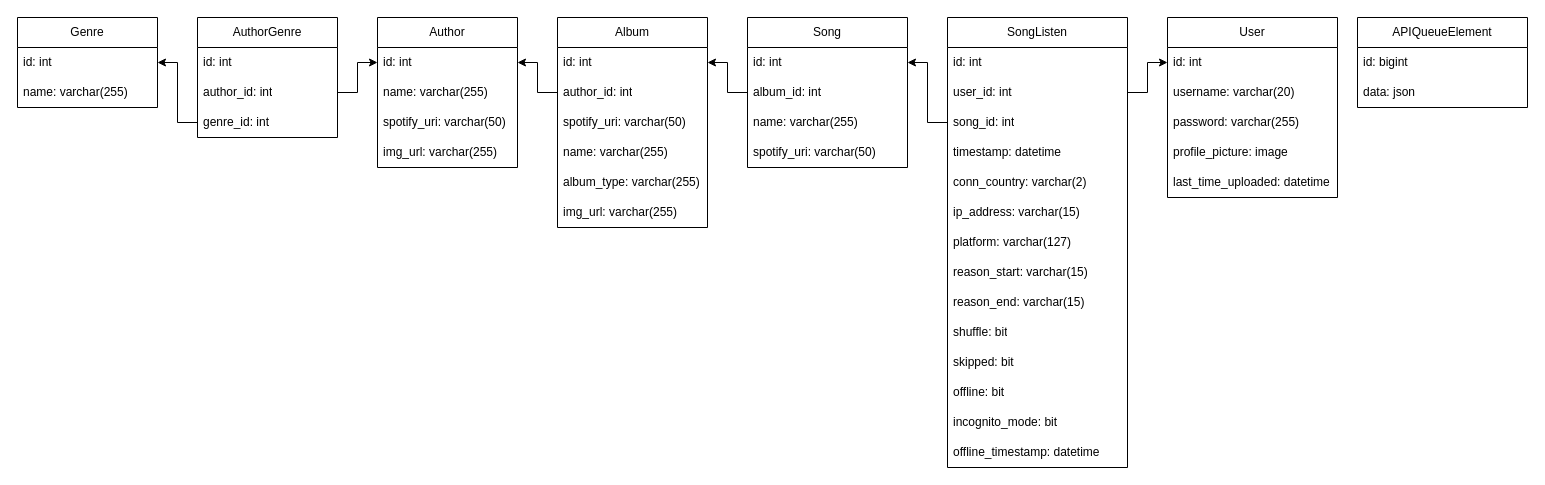
This is drawio/database.drawio from Zancmok/AdvancedSpotifyDataAnalyzer, a draw.io file, before an edit. Source tidied: cells renumbered, new cells numbered last; positions are measured from the earlier drawing's top-left corner, leaving out a move shared by most shapes. Both pictures are drawn from the tidied source at 100%, with x=0, y=0 at pixel (17, 17).
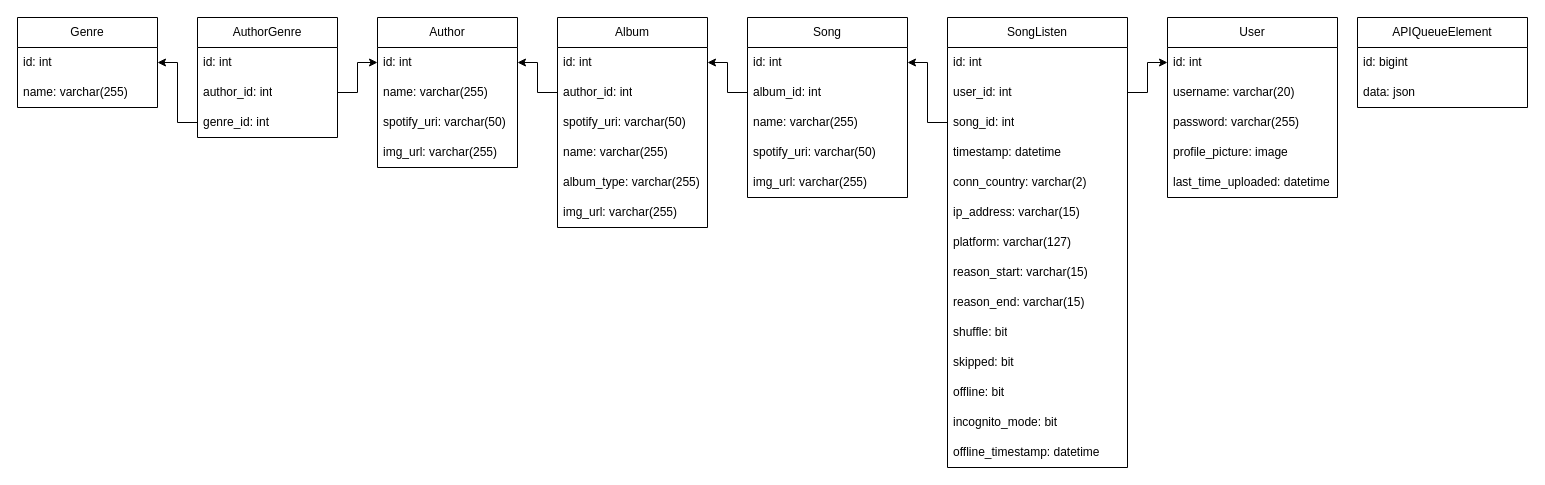
The same page after the edit.

Change to the diagram source:
```diff
@@
     <mxCell id="24" value="Song" style="swimlane;fontStyle=0;horizontal=1;startSize=30;whiteSpace=wrap;html=1;" parent="1" vertex="1">
-      <mxGeometry x="730" width="160" height="150" as="geometry" />
+      <mxGeometry x="730" width="160" height="180" as="geometry" />
     </mxCell>
@@
+    <mxCell id="56" value="img_url: varchar(255)" style="text;strokeColor=none;fillColor=none;align=left;verticalAlign=middle;spacingLeft=4;spacingRight=4;overflow=hidden;whiteSpace=wrap;html=1;" parent="24" vertex="1">
+      <mxGeometry y="150" width="160" height="30" as="geometry" />
+    </mxCell>
```
